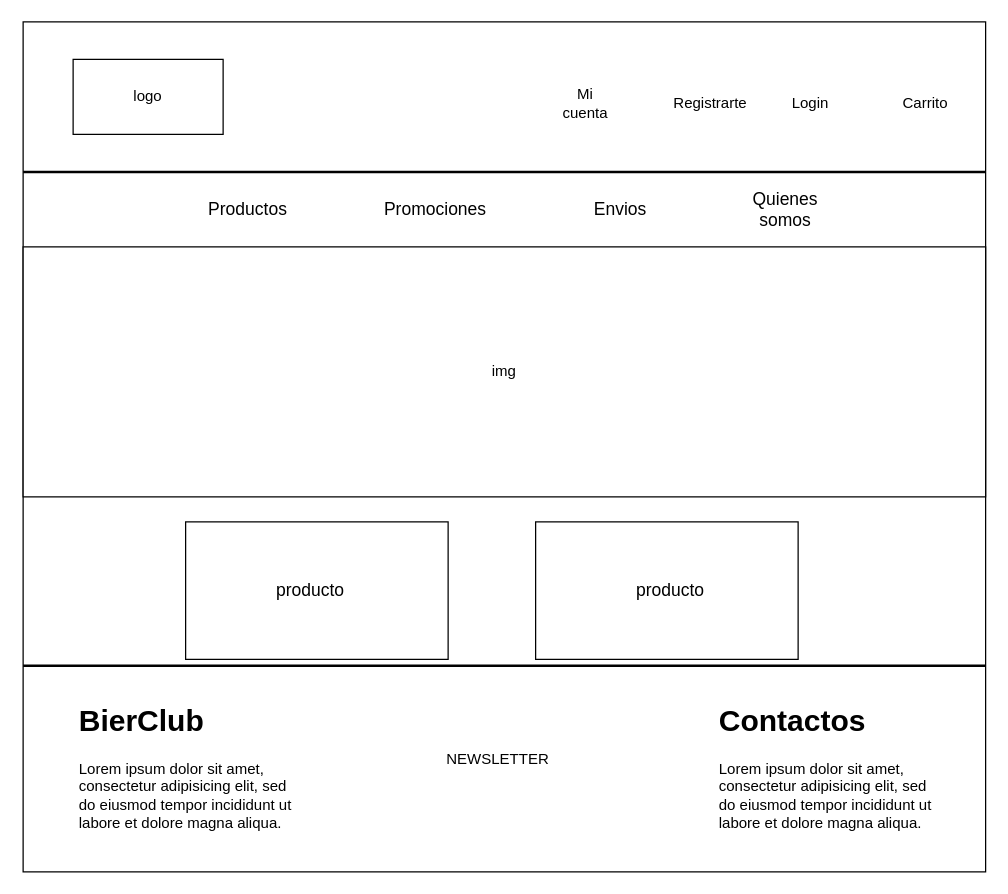
This is page "Page-1" (1 of 3) of Bocetos/Bocetos-de-Home/Home-768.drawio from Evaristodantur/BierClub, a draw.io file, before an edit. Source tidied: cells renumbered, new cells numbered last; positions are measured from the earlier drawing's top-left corner, leaving out a move shared by most shapes. Both pictures are drawn from the tidied source at 125%, with x=0, y=0 at pixel (22, 21).
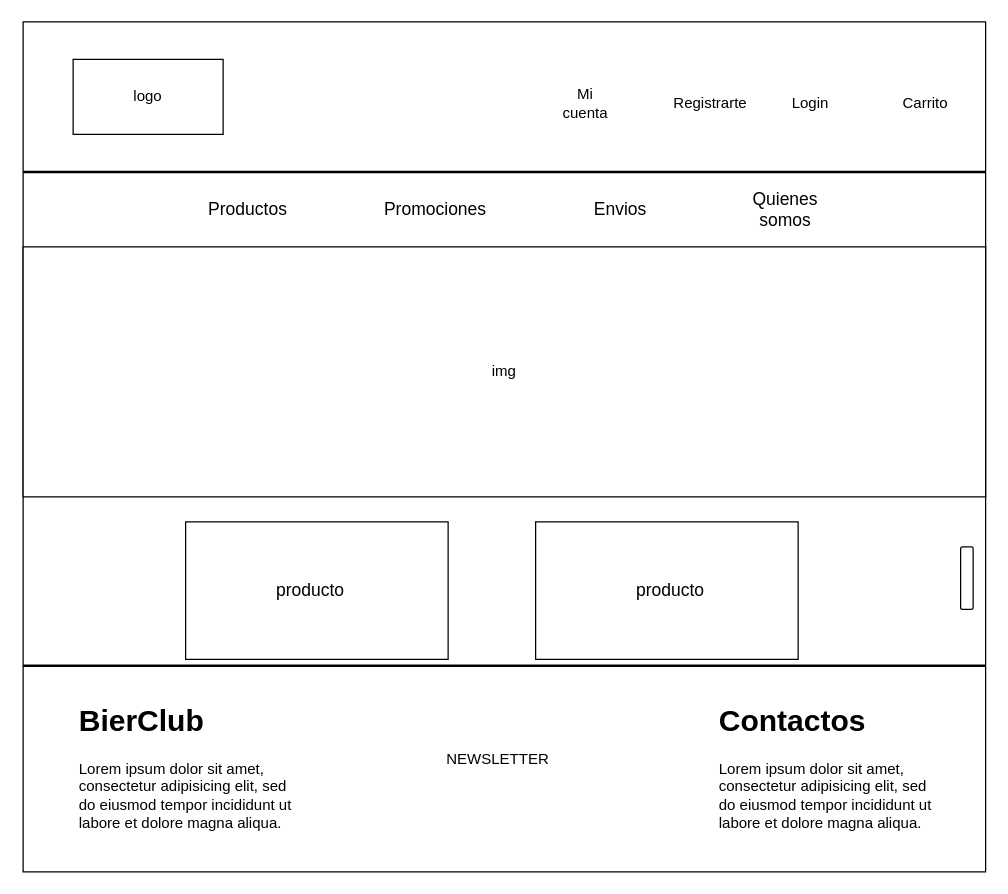
Above is the later version.

The edit, as a diff of the source:
```diff
@@
+    <mxCell id="24" style="rounded=1;whiteSpace=wrap;html=1;fontSize=14;" parent="1" vertex="1">
+      <mxGeometry x="750" y="420" width="10" height="50" as="geometry" />
+    </mxCell>
```
